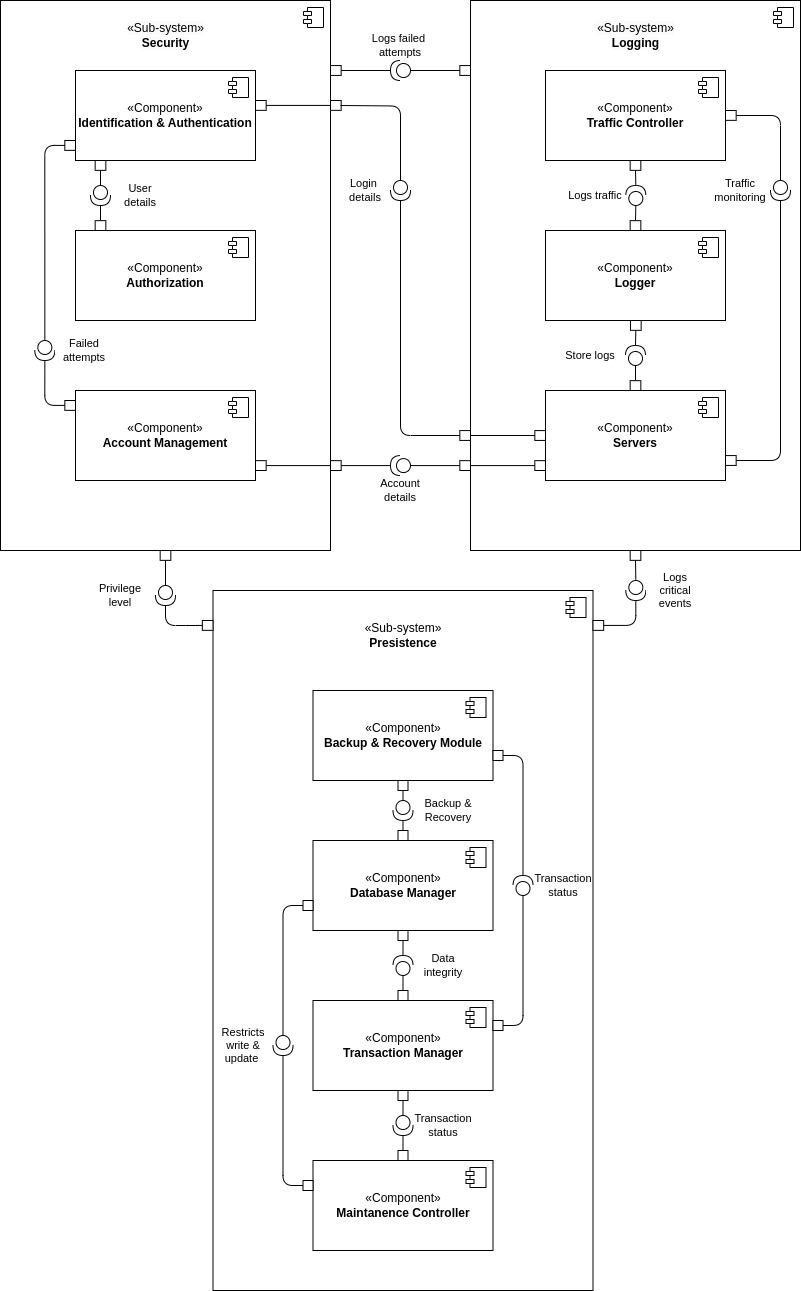
Before: fen/y3/code/2dt902/labs/proj/img/sub-system-all.drawio.png, a diagram exported from draw.io (TheFirstFen/lnu). Source tidied: cells renumbered, new cells last; positions are measured from the earlier drawing's top-left corner, leaving out a move shared by most shapes.
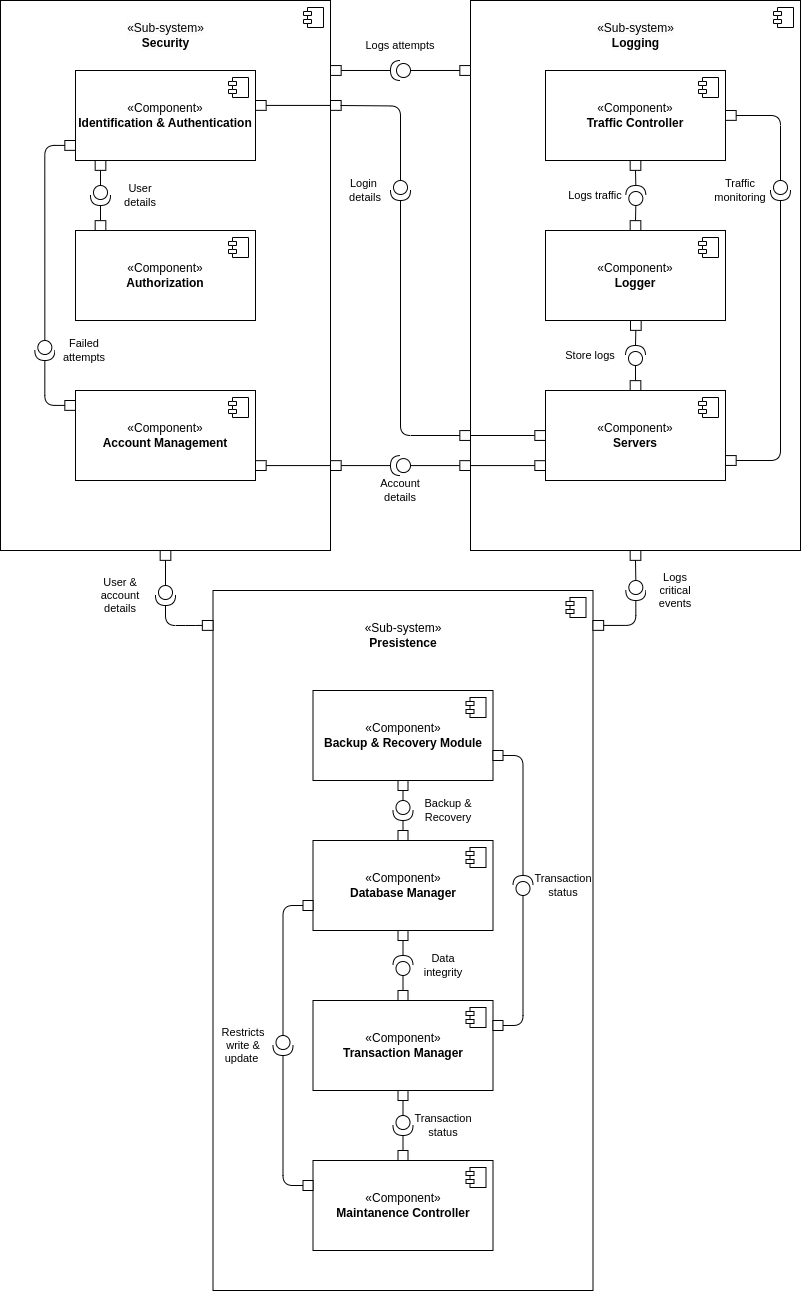
After the change.

Commit message:
worked on 2dt902 proj

The edit, as a diff of the source:
```diff
@@ -75,7 +75,7 @@
     <mxCell id="20" style="shape=providedRequiredInterface;html=1;verticalLabelPosition=bottom;sketch=0;direction=west;" parent="1" vertex="1">
       <mxGeometry x="390" y="60" width="20" height="20" as="geometry" />
     </mxCell>
-    <mxCell id="21" value="Logs failed&amp;nbsp; attempts" style="text;html=1;align=center;verticalAlign=middle;whiteSpace=wrap;rounded=0;fontFamily=Helvetica;fontSize=11;fontColor=default;labelBackgroundColor=default;" parent="1" vertex="1">
+    <mxCell id="21" value="Logs attempts" style="text;html=1;align=center;verticalAlign=middle;whiteSpace=wrap;rounded=0;fontFamily=Helvetica;fontSize=11;fontColor=default;labelBackgroundColor=default;" parent="1" vertex="1">
       <mxGeometry x="350" y="30" width="100" height="30" as="geometry" />
     </mxCell>
     <mxCell id="22" style="edgeStyle=orthogonalEdgeStyle;shape=connector;curved=0;rounded=1;jettySize=auto;html=1;exitX=0;exitY=0.5;exitDx=0;exitDy=0;exitPerimeter=0;entryX=0;entryY=0.5;entryDx=0;entryDy=0;strokeColor=default;align=center;verticalAlign=middle;fontFamily=Helvetica;fontSize=11;fontColor=default;labelBackgroundColor=default;endArrow=none;endFill=0;" parent="1" edge="1" source="24" target="28">
@@ -411,7 +411,7 @@
     <mxCell id="128" style="shape=providedRequiredInterface;html=1;verticalLabelPosition=bottom;sketch=0;fontFamily=Helvetica;fontSize=11;fontColor=default;labelBackgroundColor=default;direction=south;" parent="1" vertex="1">
       <mxGeometry x="155" y="585" width="20" height="20" as="geometry" />
     </mxCell>
-    <mxCell id="129" value="Privilege level" style="text;html=1;align=center;verticalAlign=middle;whiteSpace=wrap;rounded=0;fontFamily=Helvetica;fontSize=11;fontColor=default;labelBackgroundColor=default;" parent="1" vertex="1">
+    <mxCell id="129" value="User &amp;amp; account details" style="text;html=1;align=center;verticalAlign=middle;whiteSpace=wrap;rounded=0;fontFamily=Helvetica;fontSize=11;fontColor=default;labelBackgroundColor=default;" parent="1" vertex="1">
       <mxGeometry x="90" y="580" width="60" height="30" as="geometry" />
     </mxCell>
   </root>
```
